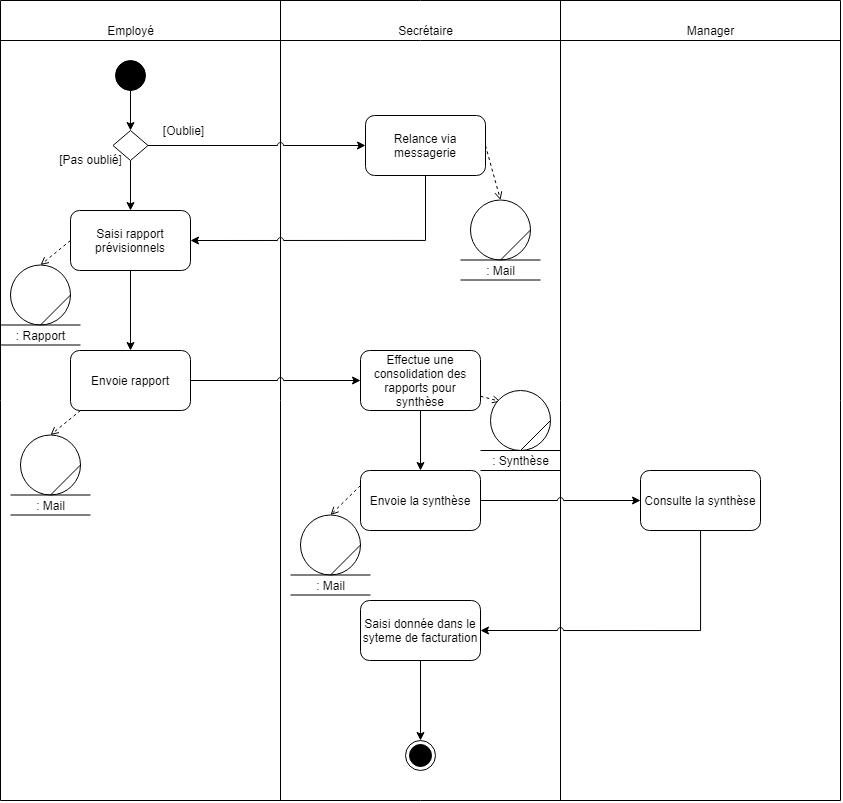
Neilerua13/tp-analyse-uml keeps this draw.io diagram as Diagrammes/Diagramme d'activité Complétion.png. Above is the earlier version. Source tidied: cells renumbered, new cells last; positions are measured from the earlier drawing's top-left corner, leaving out a move shared by most shapes.
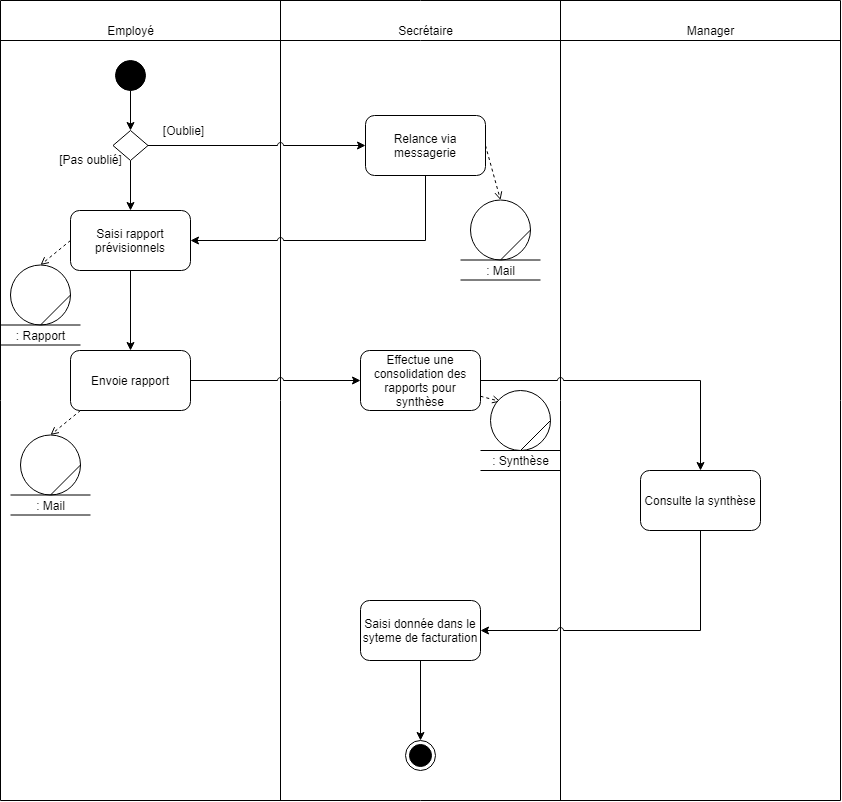
The same file after the commit.

The edit, as a diff of the source:
```diff
@@ -57,18 +57,12 @@
     <mxCell id="15" value="Envoie rapport" style="rounded=1;whiteSpace=wrap;html=1;fillColor=#FFFFFF;" parent="1" vertex="1">
       <mxGeometry x="70" y="350" width="120" height="60" as="geometry" />
     </mxCell>
-    <mxCell id="16" style="edgeStyle=orthogonalEdgeStyle;rounded=0;jumpStyle=arc;jettySize=auto;html=1;" parent="1" edge="1" source="17" target="19">
+    <mxCell id="16" style="edgeStyle=orthogonalEdgeStyle;rounded=0;jumpStyle=arc;jettySize=auto;html=1;entryX=0.5;entryY=0;entryDx=0;entryDy=0;" parent="1" edge="1" source="17" target="21">
       <mxGeometry relative="1" as="geometry" />
     </mxCell>
     <mxCell id="17" value="Effectue une consolidation des rapports pour synthèse" style="rounded=1;whiteSpace=wrap;html=1;fillColor=#FFFFFF;" parent="1" vertex="1">
       <mxGeometry x="360" y="350" width="120" height="60" as="geometry" />
     </mxCell>
-    <mxCell id="18" style="edgeStyle=orthogonalEdgeStyle;rounded=0;jumpStyle=arc;jettySize=auto;html=1;entryX=0;entryY=0.5;entryDx=0;entryDy=0;" parent="1" edge="1" source="19" target="21">
-      <mxGeometry relative="1" as="geometry" />
-    </mxCell>
-    <mxCell id="19" value="Envoie la synthèse" style="rounded=1;whiteSpace=wrap;html=1;fillColor=#FFFFFF;" parent="1" vertex="1">
-      <mxGeometry x="360" y="470" width="120" height="60" as="geometry" />
-    </mxCell>
     <mxCell id="20" style="edgeStyle=orthogonalEdgeStyle;rounded=0;jumpStyle=arc;jettySize=auto;html=1;entryX=1;entryY=0.5;entryDx=0;entryDy=0;" parent="1" edge="1" source="21" target="28">
       <mxGeometry relative="1" as="geometry">
         <Array as="points">
@@ -201,30 +195,6 @@
         <mxPoint x="80" y="410" as="sourcePoint" />
       </mxGeometry>
     </mxCell>
-    <mxCell id="52" style="ellipse;whiteSpace=wrap;html=1;strokeColor=#000000;fillColor=#FFFFFF;" parent="1" vertex="1">
-      <mxGeometry x="300" y="514.5" width="60" height="60" as="geometry" />
-    </mxCell>
-    <mxCell id="53" style="endArrow=none;html=1;entryX=1;entryY=0.5;entryDx=0;entryDy=0;exitX=0.5;exitY=1;exitDx=0;exitDy=0;" parent="1" edge="1" source="52" target="52">
-      <mxGeometry relative="1" as="geometry" />
-    </mxCell>
-    <mxCell id="54" value=": Mail" style="text;html=1;align=center;verticalAlign=middle;" parent="1" vertex="1">
-      <mxGeometry x="310" y="574.5" width="40" height="20" as="geometry" />
-    </mxCell>
-    <mxCell id="55" style="endArrow=none;html=1;" parent="1" edge="1">
-      <mxGeometry relative="1" as="geometry">
-        <mxPoint x="290" y="574.5" as="sourcePoint" />
-        <mxPoint x="370" y="574.5" as="targetPoint" />
-      </mxGeometry>
-    </mxCell>
-    <mxCell id="56" style="endArrow=none;html=1;" parent="1" edge="1">
-      <mxGeometry relative="1" as="geometry">
-        <mxPoint x="290" y="594.5" as="sourcePoint" />
-        <mxPoint x="370" y="594.5" as="targetPoint" />
-      </mxGeometry>
-    </mxCell>
-    <mxCell id="57" style="endArrow=open;dashed=1;html=1;endFill=0;entryX=0.5;entryY=0;entryDx=0;entryDy=0;exitX=0;exitY=0.25;exitDx=0;exitDy=0;" parent="1" edge="1" source="19" target="52">
-      <mxGeometry relative="1" as="geometry" />
-    </mxCell>
     <mxCell id="58" style="endArrow=open;dashed=1;html=1;endFill=0;" parent="1" edge="1" source="17">
       <mxGeometry relative="1" as="geometry">
         <mxPoint x="500" y="401" as="targetPoint" />
```
